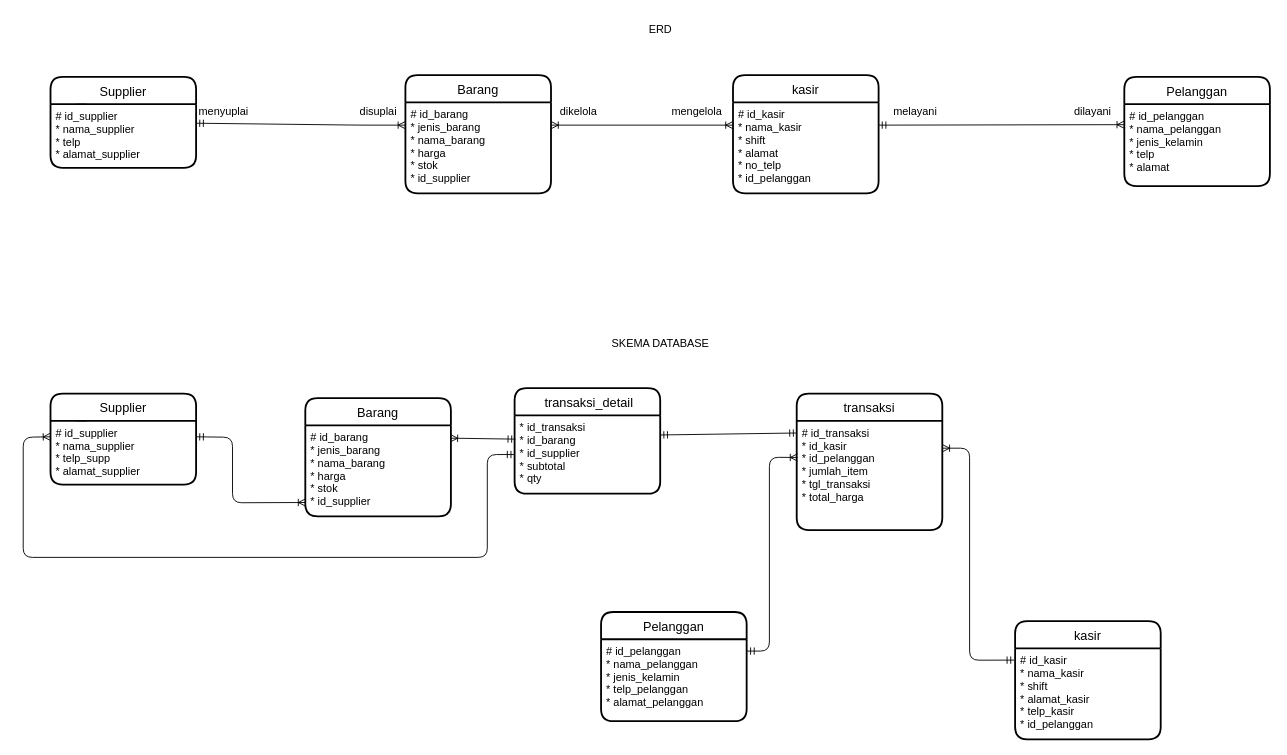
Earlier version of the draw.io diagram erd-banker.drawio (akbarzaqi/tp-basdat). Source tidied: cells renumbered, new cells numbered last; positions are measured from the earlier drawing's top-left corner, leaving out a move shared by most shapes. Both pictures are drawn from the tidied source at 91%, with x=0, y=0 at pixel (23, 15).
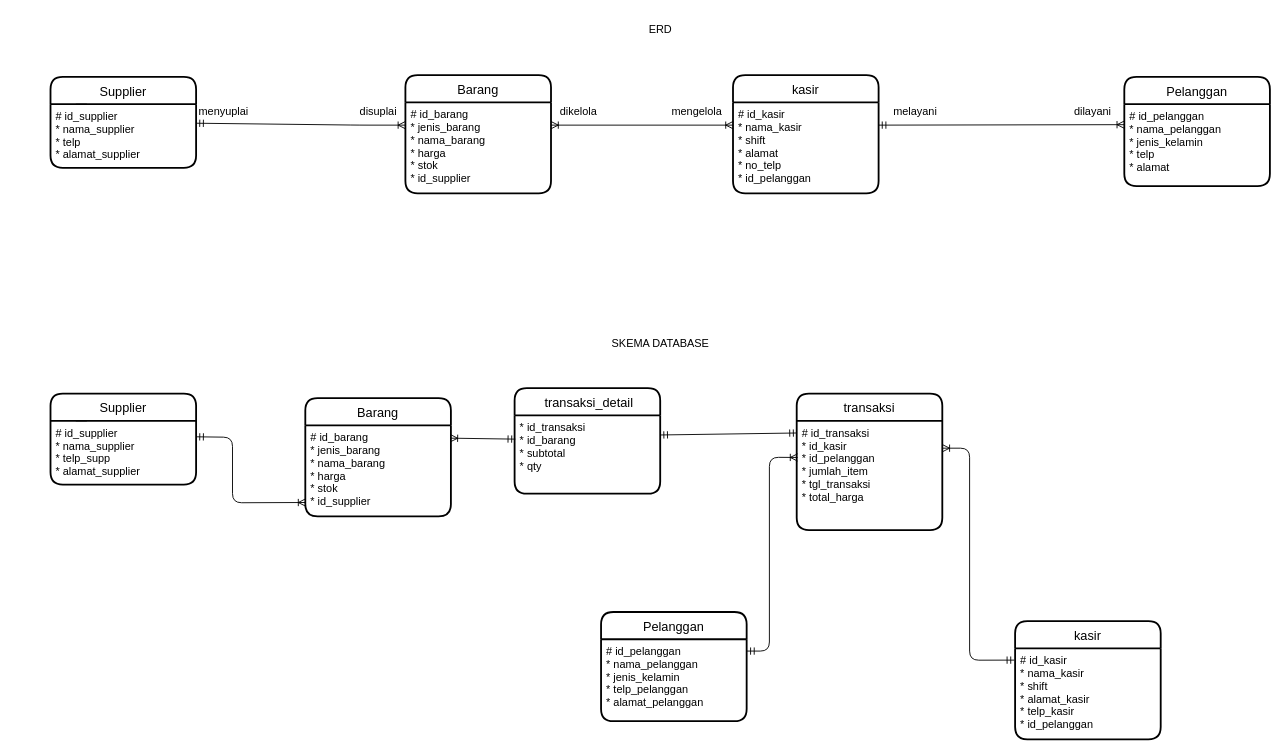
Above is the later version.

Unchanged cells that the change refers to:
```xml
<mxCell id="25" value="# id_supplier&#10;* nama_supplier&#10;* telp_supp&#10;* alamat_supplier" style="align=left;strokeColor=none;fillColor=none;spacingLeft=4;fontSize=12;verticalAlign=top;fontFamily=Helvetica;fontColor=default;rounded=1;" parent="24" vertex="1">
  <mxGeometry y="30" width="160" height="70" as="geometry" />
</mxCell>
<mxCell id="31" value=" transaksi_detail" style="swimlane;horizontal=1;startSize=30;rounded=1;fontSize=14;fontStyle=0;strokeWidth=2;shadow=0;dashed=0;align=center;fontFamily=Helvetica;fontColor=default;" parent="1" vertex="1">
  <mxGeometry x="540" y="409" width="160" height="116" as="geometry" />
</mxCell>
```

The edit, as a diff of the source:
```diff
@@
-    <mxCell id="32" value="* id_transaksi&#10;* id_barang&#10;* id_supplier&#10;* subtotal&#10;* qty" style="align=left;strokeColor=none;fillColor=none;spacingLeft=4;fontSize=12;verticalAlign=top;fontFamily=Helvetica;fontColor=default;rounded=1;" parent="31" vertex="1">
+    <mxCell id="32" value="* id_transaksi&#10;* id_barang&#10;* subtotal&#10;* qty" style="align=left;strokeColor=none;fillColor=none;spacingLeft=4;fontSize=12;verticalAlign=top;fontFamily=Helvetica;fontColor=default;rounded=1;" parent="31" vertex="1">
       <mxGeometry y="30" width="160" height="86" as="geometry" />
     </mxCell>
@@
-    <mxCell id="40" style="edgeStyle=none;html=1;exitX=0;exitY=0.25;exitDx=0;exitDy=0;entryX=0;entryY=0.5;entryDx=0;entryDy=0;endArrow=ERmandOne;endFill=0;startArrow=ERoneToMany;startFill=0;" parent="1" edge="1" source="25" target="32">
-      <mxGeometry relative="1" as="geometry">
-        <Array as="points">
-          <mxPoint y="463" />
-          <mxPoint y="595" />
-          <mxPoint x="510" y="595" />
-          <mxPoint x="510" y="482" />
-        </Array>
-      </mxGeometry>
-    </mxCell>
```
